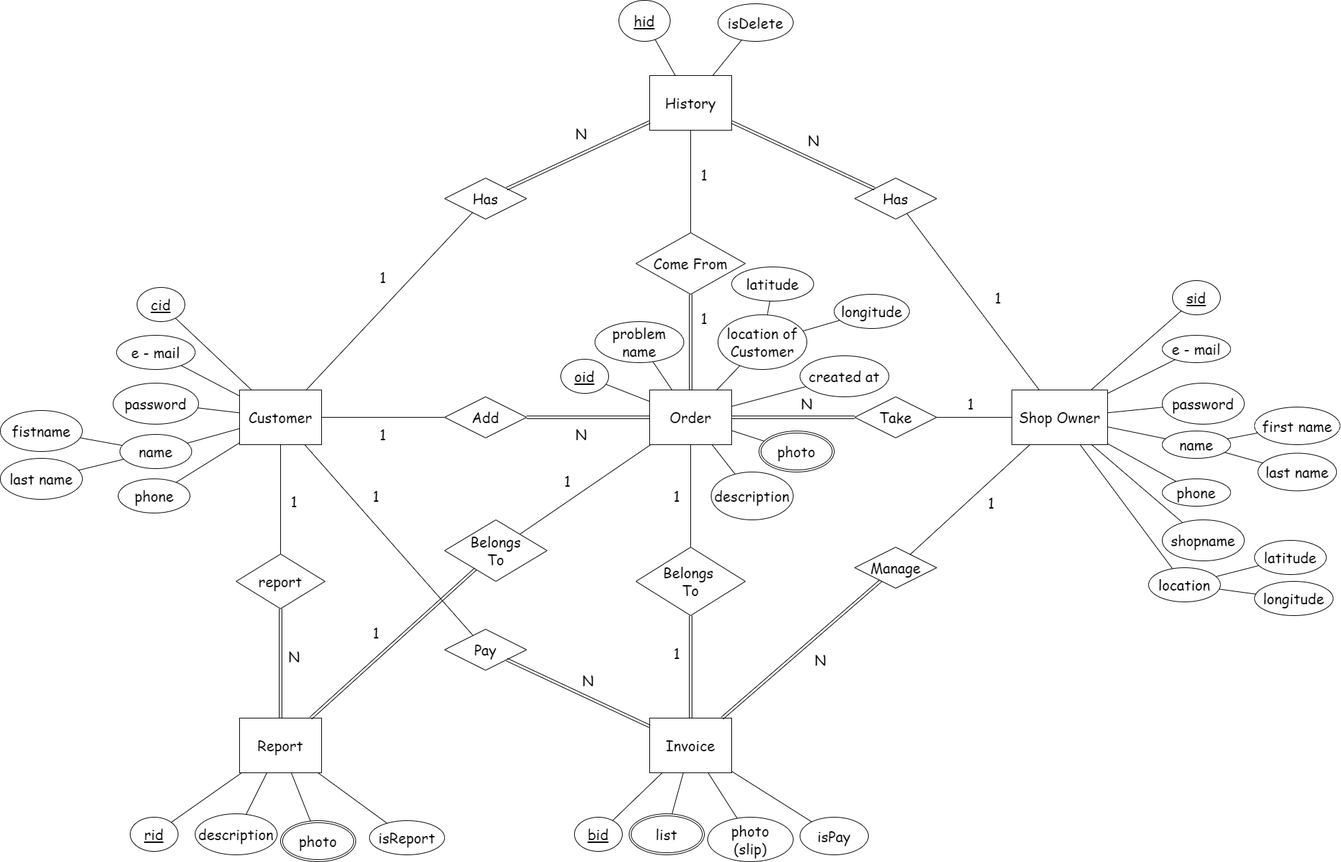
The draw.io diagram ER _Figma/ER Diagram.png in machhhhhhh/Homework_Codecamp_10, before a commit. Source tidied: cells renumbered, new cells last; positions are measured from the earlier drawing's top-left corner, leaving out a move shared by most shapes.
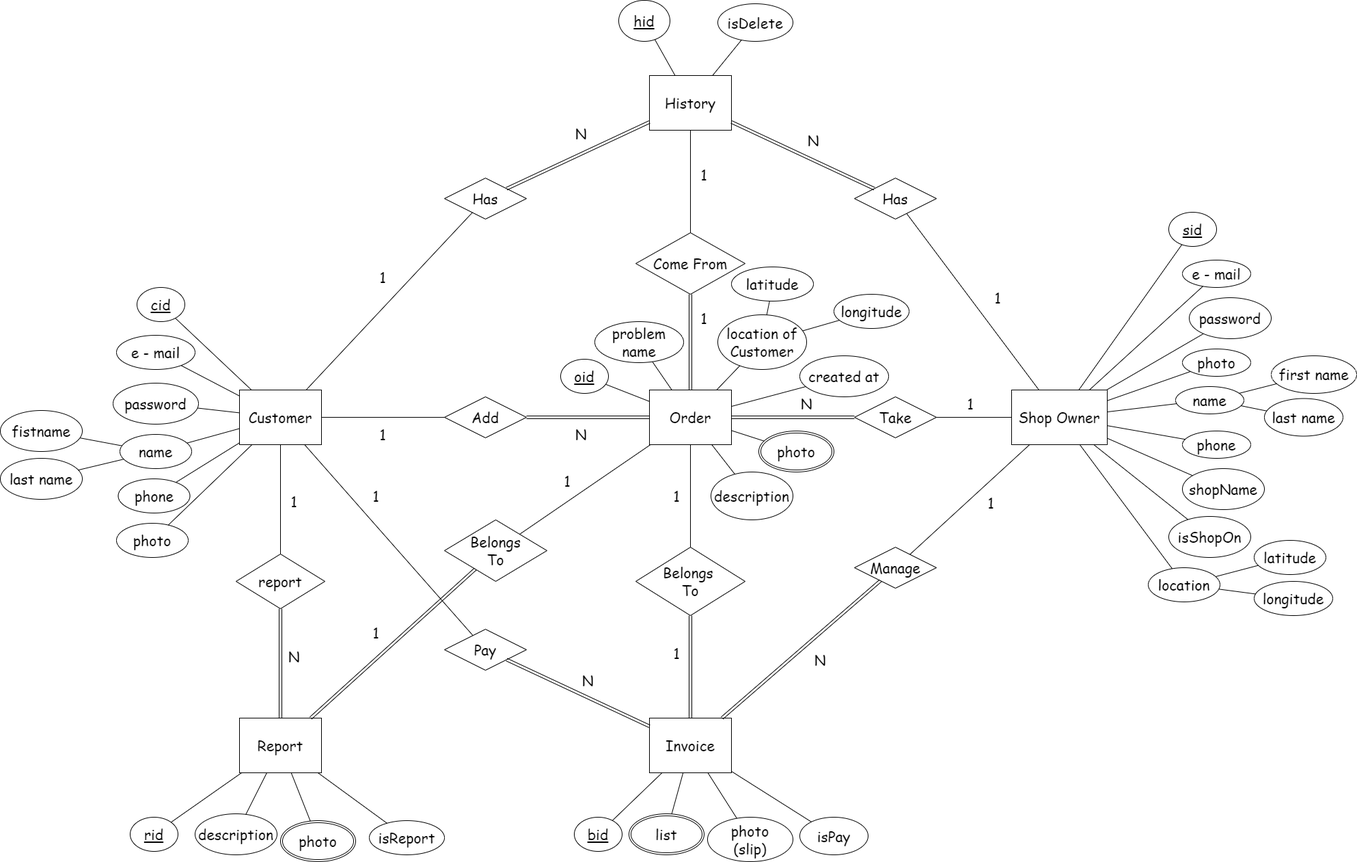
After the commit.

Diff of the diagram source:
```diff
@@ -153,25 +153,25 @@
       <mxGeometry relative="1" as="geometry" />
     </mxCell>
     <mxCell id="52" value="sid" style="ellipse;whiteSpace=wrap;html=1;align=center;fontStyle=4;fontFamily=Comic Sans MS;fontSize=21;" parent="1" vertex="1">
-      <mxGeometry x="1715" y="410" width="70" height="50" as="geometry" />
+      <mxGeometry x="1710" y="310" width="70" height="50" as="geometry" />
     </mxCell>
     <mxCell id="53" value="e - mail" style="ellipse;whiteSpace=wrap;html=1;align=center;fontFamily=Comic Sans MS;fontSize=21;" parent="1" vertex="1">
-      <mxGeometry x="1700" y="490" width="100" height="40" as="geometry" />
+      <mxGeometry x="1730" y="380" width="100" height="40" as="geometry" />
     </mxCell>
     <mxCell id="54" value="password" style="ellipse;whiteSpace=wrap;html=1;align=center;fontFamily=Comic Sans MS;fontSize=21;" parent="1" vertex="1">
-      <mxGeometry x="1700" y="560" width="120" height="60" as="geometry" />
+      <mxGeometry x="1740" y="435" width="120" height="60" as="geometry" />
     </mxCell>
     <mxCell id="55" value="name" style="ellipse;whiteSpace=wrap;html=1;align=center;fontFamily=Comic Sans MS;fontSize=21;" parent="1" vertex="1">
-      <mxGeometry x="1700" y="630" width="100" height="40" as="geometry" />
+      <mxGeometry x="1720" y="565" width="100" height="40" as="geometry" />
     </mxCell>
     <mxCell id="56" value="first name" style="ellipse;whiteSpace=wrap;html=1;align=center;fontFamily=Comic Sans MS;fontSize=21;" parent="1" vertex="1">
-      <mxGeometry x="1835" y="595" width="125" height="55" as="geometry" />
+      <mxGeometry x="1860" y="520" width="125" height="55" as="geometry" />
     </mxCell>
     <mxCell id="57" value="last name" style="ellipse;whiteSpace=wrap;html=1;align=center;fontFamily=Comic Sans MS;fontSize=21;" parent="1" vertex="1">
-      <mxGeometry x="1840" y="662.5" width="115" height="55" as="geometry" />
+      <mxGeometry x="1850" y="582.5" width="115" height="55" as="geometry" />
     </mxCell>
     <mxCell id="58" value="phone" style="ellipse;whiteSpace=wrap;html=1;align=center;fontFamily=Comic Sans MS;fontSize=21;" parent="1" vertex="1">
-      <mxGeometry x="1700" y="700" width="100" height="40" as="geometry" />
+      <mxGeometry x="1730" y="630" width="100" height="40" as="geometry" />
     </mxCell>
     <mxCell id="59" style="endArrow=none;html=1;rounded=0;fontFamily=Comic Sans MS;fontSize=21;" parent="1" edge="1" source="55" target="56">
       <mxGeometry relative="1" as="geometry" />
@@ -182,8 +182,8 @@
     <mxCell id="61" value="location" style="ellipse;whiteSpace=wrap;html=1;align=center;fontFamily=Comic Sans MS;fontSize=21;" parent="1" vertex="1">
       <mxGeometry x="1680" y="830" width="105" height="50" as="geometry" />
     </mxCell>
-    <mxCell id="62" value="shopname" style="ellipse;whiteSpace=wrap;html=1;align=center;fontFamily=Comic Sans MS;fontSize=21;" parent="1" vertex="1">
-      <mxGeometry x="1700" y="760" width="120" height="60" as="geometry" />
+    <mxCell id="62" value="shopName" style="ellipse;whiteSpace=wrap;html=1;align=center;fontFamily=Comic Sans MS;fontSize=21;" parent="1" vertex="1">
+      <mxGeometry x="1730" y="685" width="120" height="60" as="geometry" />
     </mxCell>
     <mxCell id="63" value="latitude" style="ellipse;whiteSpace=wrap;html=1;align=center;fontFamily=Comic Sans MS;fontSize=21;" parent="1" vertex="1">
       <mxGeometry x="1835" y="790" width="105" height="50" as="geometry" />
@@ -386,5 +386,23 @@
     <mxCell id="129" value="1" style="text;html=1;strokeColor=none;fillColor=none;align=center;verticalAlign=middle;whiteSpace=wrap;rounded=0;fontFamily=Comic Sans MS;fontSize=21;" parent="1" vertex="1">
       <mxGeometry x="960" y="940" width="60" height="30" as="geometry" />
     </mxCell>
+    <mxCell id="130" value="photo" style="ellipse;whiteSpace=wrap;html=1;align=center;fontFamily=Comic Sans MS;fontSize=21;" parent="1" vertex="1">
+      <mxGeometry x="170" y="765" width="105" height="50" as="geometry" />
+    </mxCell>
+    <mxCell id="131" style="endArrow=none;html=1;rounded=0;fontFamily=Comic Sans MS;fontSize=21;" parent="1" edge="1" source="130" target="2">
+      <mxGeometry relative="1" as="geometry" />
+    </mxCell>
+    <mxCell id="132" value="photo" style="ellipse;whiteSpace=wrap;html=1;align=center;fontFamily=Comic Sans MS;fontSize=21;" parent="1" vertex="1">
+      <mxGeometry x="1730" y="510" width="100" height="40" as="geometry" />
+    </mxCell>
+    <mxCell id="133" style="endArrow=none;html=1;rounded=0;fontFamily=Comic Sans MS;fontSize=21;" parent="1" edge="1" source="132" target="4">
+      <mxGeometry relative="1" as="geometry" />
+    </mxCell>
+    <mxCell id="134" value="isShopOn" style="ellipse;whiteSpace=wrap;html=1;align=center;fontFamily=Comic Sans MS;fontSize=21;" parent="1" vertex="1">
+      <mxGeometry x="1710" y="755" width="120" height="60" as="geometry" />
+    </mxCell>
+    <mxCell id="135" style="endArrow=none;html=1;rounded=0;fontFamily=Comic Sans MS;fontSize=21;" parent="1" edge="1" source="134" target="4">
+      <mxGeometry relative="1" as="geometry" />
+    </mxCell>
   </root>
 </mxGraphModel>
```
